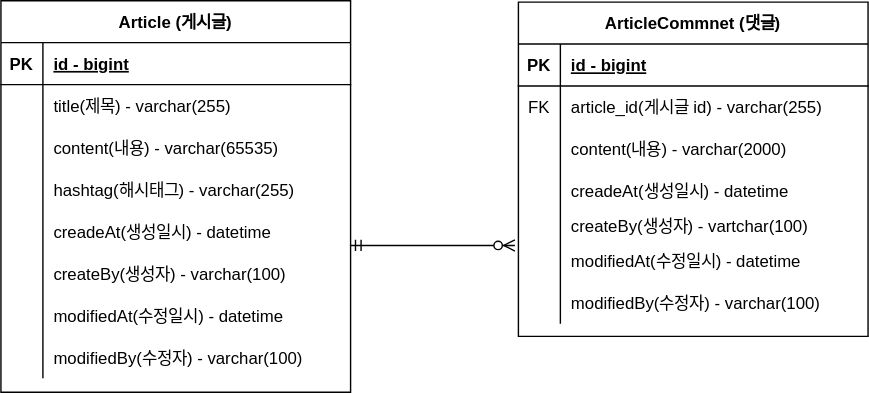
This is mini-project-board/document/board-erd.svg from sangggyu/mini-project, a draw.io export, as it was before one commit. Source tidied: cells renumbered, new cells last; positions are measured from the earlier drawing's top-left corner, leaving out a move shared by most shapes.
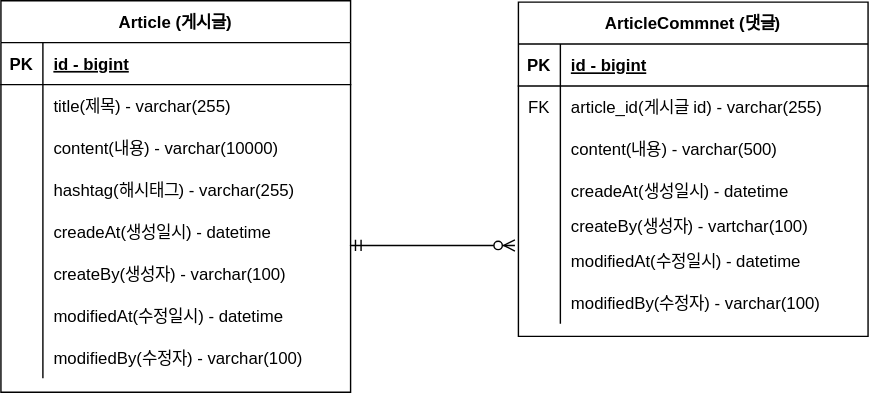
Later version of the same file.

Commit message:
#8 - erd update content 사이즈 변경

Diff of the diagram source:
```diff
@@ -29,7 +29,7 @@
     <mxCell id="10" style="shape=partialRectangle;overflow=hidden;fillColor=none;top=0;left=0;bottom=0;right=0;" parent="9" vertex="1">
       <mxGeometry width="30" height="30" as="geometry" />
     </mxCell>
-    <mxCell id="11" value="content(내용) - varchar(65535)" style="shape=partialRectangle;overflow=hidden;fillColor=none;top=0;left=0;bottom=0;right=0;align=left;spacingLeft=6;" parent="9" vertex="1">
+    <mxCell id="11" value="content(내용) - varchar(10000)" style="shape=partialRectangle;overflow=hidden;fillColor=none;top=0;left=0;bottom=0;right=0;align=left;spacingLeft=6;" parent="9" vertex="1">
       <mxGeometry x="30" width="220" height="30" as="geometry" />
     </mxCell>
     <mxCell id="12" style="shape=partialRectangle;fillColor=none;top=0;left=0;right=0;bottom=0;" parent="2" vertex="1">
@@ -104,7 +104,7 @@
     <mxCell id="35" style="shape=partialRectangle;overflow=hidden;fillColor=none;top=0;left=0;bottom=0;right=0;" parent="34" vertex="1">
       <mxGeometry width="30" height="30" as="geometry" />
     </mxCell>
-    <mxCell id="36" value="content(내용) - varchar(2000)" style="shape=partialRectangle;overflow=hidden;fillColor=none;top=0;left=0;bottom=0;right=0;align=left;spacingLeft=6;" parent="34" vertex="1">
+    <mxCell id="36" value="content(내용) - varchar(500)" style="shape=partialRectangle;overflow=hidden;fillColor=none;top=0;left=0;bottom=0;right=0;align=left;spacingLeft=6;" parent="34" vertex="1">
       <mxGeometry x="30" width="220" height="30" as="geometry" />
     </mxCell>
     <mxCell id="37" style="shape=partialRectangle;fillColor=none;top=0;left=0;right=0;bottom=0;" parent="27" vertex="1">
```
